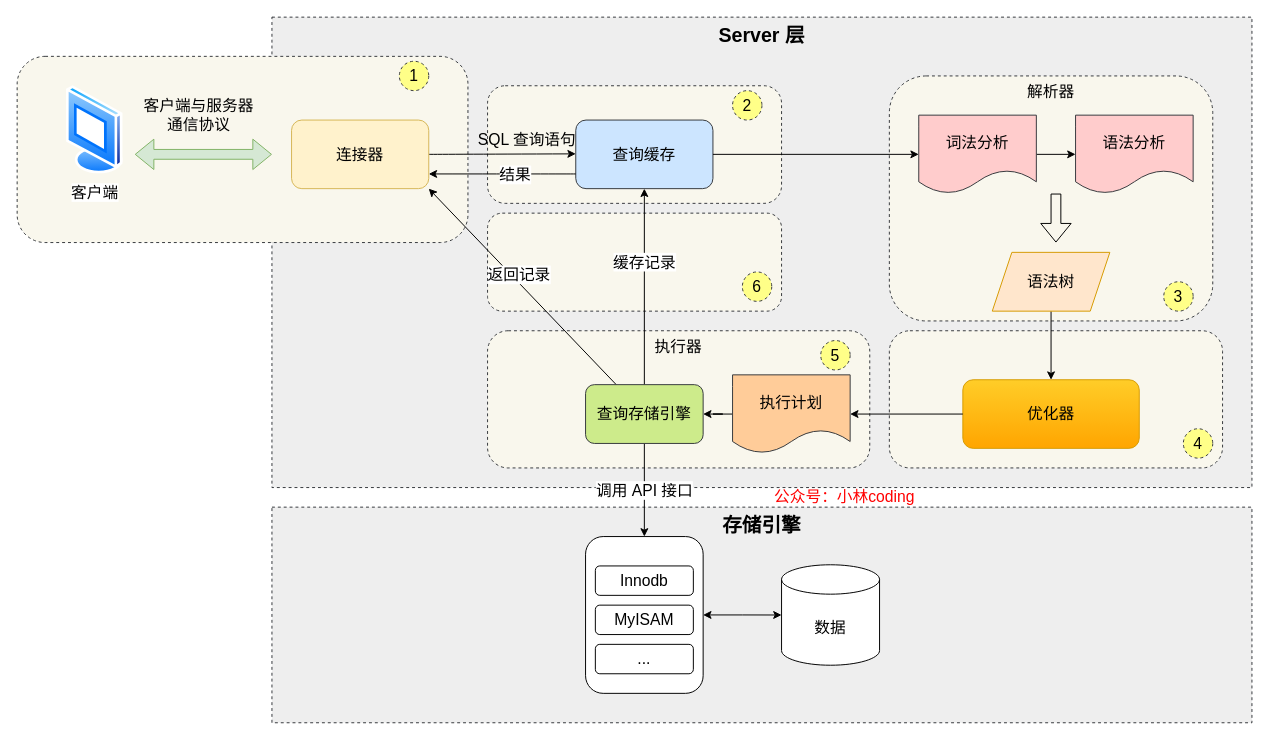
The draw.io diagram mysql/索引/mysql查询流程.drawio in xiaolincoder/ImageHost4, before the edit. Source tidied: cells renumbered, new cells numbered last; positions are measured from the earlier drawing's top-left corner, leaving out a move shared by most shapes. Both pictures are drawn from the tidied source at 98%, with x=0, y=0 at pixel (17, 17).
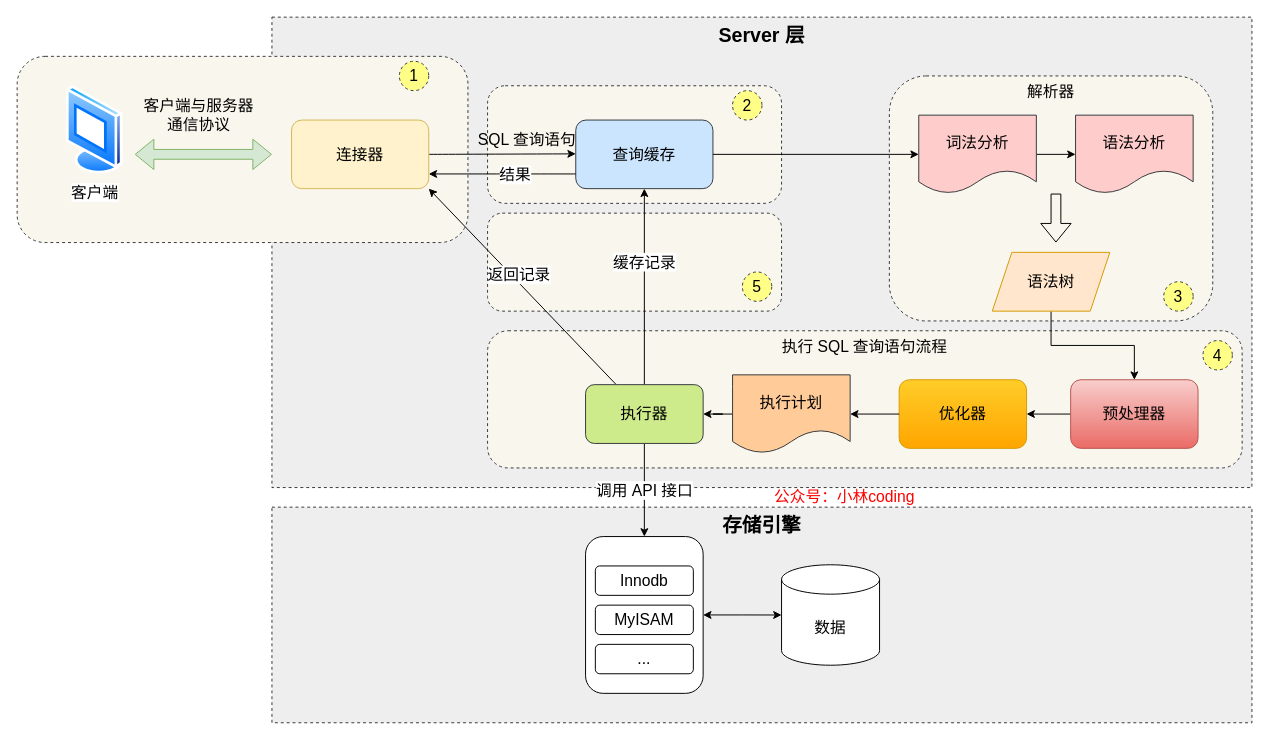
After the change.

The change refers to these unchanged cells:
```xml
<mxCell id="18" value="语法树" style="shape=parallelogram;perimeter=parallelogramPerimeter;whiteSpace=wrap;html=1;fixedSize=1;fontSize=16;fillColor=#ffe6cc;strokeColor=#d79b00;" parent="1" vertex="1">
  <mxGeometry x="995" y="240" width="120" height="60" as="geometry" />
</mxCell>
```

Change to the diagram source:
```diff
@@
-    <mxCell id="4" style="rounded=1;whiteSpace=wrap;html=1;fontSize=16;verticalAlign=top;fillColor=#f9f7ed;strokeColor=#36393d;dashed=1;" parent="1" vertex="1">
-      <mxGeometry x="890" y="320" width="340" height="140" as="geometry" />
-    </mxCell>
@@
-    <mxCell id="7" value="执行器" style="rounded=1;whiteSpace=wrap;html=1;fontSize=16;verticalAlign=top;fillColor=#f9f7ed;strokeColor=#36393d;dashed=1;" parent="1" vertex="1">
-      <mxGeometry x="480" y="320" width="390" height="140" as="geometry" />
+    <mxCell id="7" value="执行 SQL 查询语句流程" style="rounded=1;whiteSpace=wrap;html=1;fontSize=16;verticalAlign=top;fillColor=#f9f7ed;strokeColor=#36393d;dashed=1;" parent="1" vertex="1">
+      <mxGeometry x="480" y="320" width="770" height="140" as="geometry" />
     </mxCell>
@@
     <mxCell id="11" value="优化器" style="rounded=1;whiteSpace=wrap;html=1;fontSize=16;fillColor=#ffcd28;strokeColor=#d79b00;gradientColor=#ffa500;" parent="1" vertex="1">
-      <mxGeometry x="965" y="370" width="180" height="70" as="geometry" />
+      <mxGeometry x="900" y="370" width="130" height="70" as="geometry" />
     </mxCell>
@@
-    <mxCell id="17" style="edgeStyle=orthogonalEdgeStyle;rounded=0;jettySize=auto;html=1;entryX=0.5;entryY=0;entryDx=0;entryDy=0;fontSize=16;" parent="1" edge="1" source="18" target="11">
+    <mxCell id="17" style="edgeStyle=orthogonalEdgeStyle;rounded=0;jettySize=auto;html=1;entryX=0.5;entryY=0;entryDx=0;entryDy=0;fontSize=16;" parent="1" edge="1" source="18" target="49">
       <mxGeometry relative="1" as="geometry" />
     </mxCell>
@@
-    <mxCell id="23" value="查询存储引擎" style="rounded=1;whiteSpace=wrap;html=1;fontSize=16;fillColor=#cdeb8b;strokeColor=#36393d;" parent="1" vertex="1">
+    <mxCell id="23" value="执行器" style="rounded=1;whiteSpace=wrap;html=1;fontSize=16;fillColor=#cdeb8b;strokeColor=#36393d;" parent="1" vertex="1">
       <mxGeometry x="580" y="375" width="120" height="60" as="geometry" />
     </mxCell>
@@
     <mxCell id="43" value="4" style="ellipse;whiteSpace=wrap;html=1;dashed=1;fontSize=16;fillColor=#ffff88;strokeColor=#36393d;" parent="1" vertex="1">
-      <mxGeometry x="1190" y="420" width="30" height="30" as="geometry" />
+      <mxGeometry x="1210" y="330" width="30" height="30" as="geometry" />
     </mxCell>
-    <mxCell id="44" value="5" style="ellipse;whiteSpace=wrap;html=1;dashed=1;fontSize=16;fillColor=#ffff88;strokeColor=#36393d;" parent="1" vertex="1">
-      <mxGeometry x="820" y="330" width="30" height="30" as="geometry" />
-    </mxCell>
-    <mxCell id="45" value="6" style="ellipse;whiteSpace=wrap;html=1;dashed=1;fontSize=16;fillColor=#ffff88;strokeColor=#36393d;" parent="1" vertex="1">
+    <mxCell id="45" value="5" style="ellipse;whiteSpace=wrap;html=1;dashed=1;fontSize=16;fillColor=#ffff88;strokeColor=#36393d;" parent="1" vertex="1">
       <mxGeometry x="740" y="260" width="30" height="30" as="geometry" />
     </mxCell>
@@
+    <mxCell id="48" style="edgeStyle=orthogonalEdgeStyle;rounded=0;jettySize=auto;html=1;entryX=1;entryY=0.5;entryDx=0;entryDy=0;fontSize=16;" parent="1" edge="1" source="49" target="11">
+      <mxGeometry relative="1" as="geometry" />
+    </mxCell>
+    <mxCell id="49" value="预处理器" style="rounded=1;whiteSpace=wrap;html=1;fontSize=16;fillColor=#f8cecc;gradientColor=#ea6b66;strokeColor=#b85450;" parent="1" vertex="1">
+      <mxGeometry x="1075" y="370" width="130" height="70" as="geometry" />
+    </mxCell>
```
